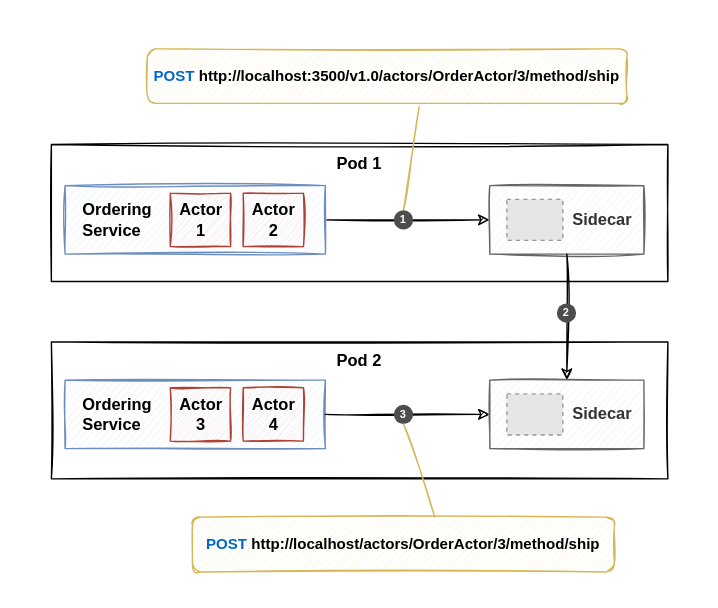
Earlier version of the draw.io diagram diagrams/actors/invoke-actor-method.drawio (EdwinVW/dapr-for-net-devs-diagrams). Source tidied: cells renumbered, new cells numbered last; positions are measured from the earlier drawing's top-left corner, leaving out a move shared by most shapes. Both pictures are drawn from the tidied source at 137%, with x=0, y=0 at pixel (23, 23). Pictures stored in the file or linked from it are replaced by grey dashed boxes.
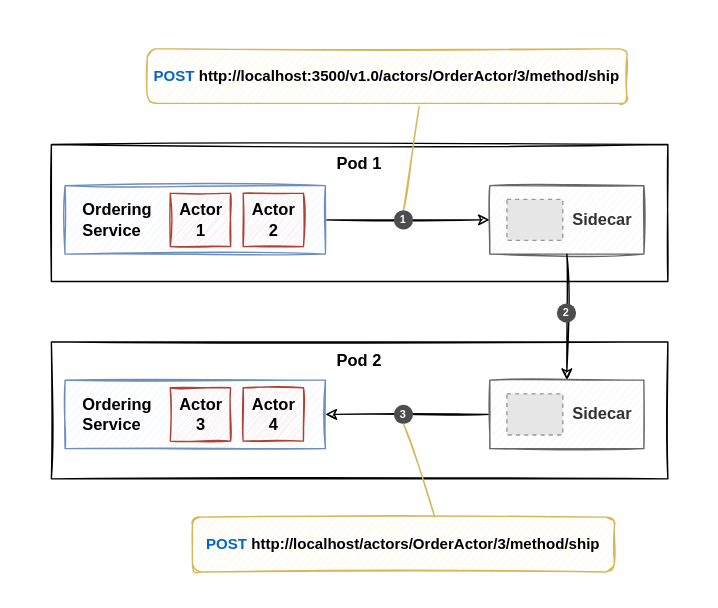
The same page after the edit.

Unchanged cells that the change refers to:
```xml
<mxCell id="5" value="Ordering &lt;br&gt;Service" style="html=1;sketch=1;strokeColor=#6c8ebf;fontStyle=1;labelBackgroundColor=none;fillColor=#F0F4FF;align=left;spacingLeft=11;" parent="1" vertex="1">
  <mxGeometry x="30" y="260" width="190" height="50" as="geometry" />
</mxCell>
<mxCell id="20" value="Sidecar" style="rounded=0;whiteSpace=wrap;html=1;sketch=1;shadow=0;align=right;fillColor=#f5f5f5;strokeColor=#666666;fontColor=#333333;spacingRight=7;fontStyle=1;" parent="1" vertex="1">
  <mxGeometry x="340" y="260" width="112.5" height="50" as="geometry" />
</mxCell>
```

Diff of the diagram source:
```diff
@@
-    <mxCell id="19" style="endArrow=classic;html=1;exitX=1;exitY=0.5;exitDx=0;exitDy=0;entryX=0;entryY=0.5;entryDx=0;entryDy=0;sketch=1;shadow=0;" parent="1" edge="1" source="5" target="20">
+    <mxCell id="19" style="endArrow=classic;html=1;exitX=0;exitY=0.5;exitDx=0;exitDy=0;entryX=1;entryY=0.5;entryDx=0;entryDy=0;sketch=1;shadow=0;" parent="1" edge="1" source="20" target="5">
       <mxGeometry relative="1" as="geometry" />
     </mxCell>
```
